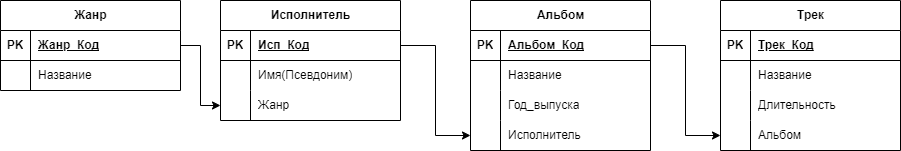
This is Musical_Site.png from OpyssMagnuum/DB_Musical_Site, a draw.io export, as it was before one commit. Source tidied: cells renumbered, new cells last; positions are measured from the earlier drawing's top-left corner, leaving out a move shared by most shapes.
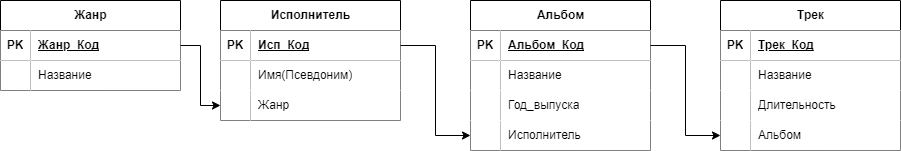
Above is the later version.

What changed in the source:
```diff
@@ -2,25 +2,25 @@
   <root>
     <mxCell id="0" />
     <mxCell id="1" parent="0" />
-    <mxCell id="2" value="Жанр" style="shape=table;startSize=30;rowLines=0;fontStyle=1;align=center;html=1;" parent="1" vertex="1">
+    <mxCell id="2" value="Жанр" style="shape=table;startSize=30;rowLines=0;fontStyle=1;align=center;html=1;labelBackgroundColor=default;" parent="1" vertex="1">
       <mxGeometry width="180" height="90" as="geometry" />
     </mxCell>
     <mxCell id="3" style="shape=tableRow;horizontal=0;startSize=0;swimlaneHead=0;swimlaneBody=0;fillColor=none;points=[[0,0.5],[1,0.5]];portConstraint=eastwest;top=0;left=0;right=0;bottom=1;" parent="2" vertex="1">
       <mxGeometry y="30" width="180" height="30" as="geometry" />
     </mxCell>
-    <mxCell id="4" value="PK" style="shape=partialRectangle;fillColor=none;top=0;left=0;bottom=0;right=0;fontStyle=1;overflow=hidden;whiteSpace=wrap;html=1;" parent="3" vertex="1">
+    <mxCell id="4" value="PK" style="shape=partialRectangle;fillColor=default;top=0;left=0;bottom=0;right=0;fontStyle=1;overflow=hidden;whiteSpace=wrap;html=1;" parent="3" vertex="1">
       <mxGeometry width="30" height="30" as="geometry" />
     </mxCell>
-    <mxCell id="5" value="Жанр_Код" style="shape=partialRectangle;fillColor=none;top=0;left=0;bottom=0;right=0;align=left;spacingLeft=6;fontStyle=5;overflow=hidden;whiteSpace=wrap;html=1;" parent="3" vertex="1">
+    <mxCell id="5" value="Жанр_Код" style="shape=partialRectangle;fillColor=default;top=0;left=0;bottom=0;right=0;align=left;spacingLeft=6;fontStyle=5;overflow=hidden;whiteSpace=wrap;html=1;" parent="3" vertex="1">
       <mxGeometry x="30" width="150" height="30" as="geometry" />
     </mxCell>
     <mxCell id="6" style="shape=tableRow;horizontal=0;startSize=0;swimlaneHead=0;swimlaneBody=0;fillColor=none;top=0;left=0;right=0;bottom=0;" parent="2" vertex="1">
       <mxGeometry y="60" width="180" height="30" as="geometry" />
     </mxCell>
-    <mxCell id="7" style="shape=partialRectangle;fillColor=none;top=0;left=0;bottom=0;right=0;overflow=hidden;whiteSpace=wrap;html=1;" parent="6" vertex="1">
+    <mxCell id="7" style="shape=partialRectangle;fillColor=default;top=0;left=0;bottom=0;right=0;overflow=hidden;whiteSpace=wrap;html=1;" parent="6" vertex="1">
       <mxGeometry width="30" height="30" as="geometry" />
     </mxCell>
-    <mxCell id="8" value="Название" style="shape=partialRectangle;fillColor=none;top=0;left=0;bottom=0;right=0;align=left;spacingLeft=6;overflow=hidden;whiteSpace=wrap;html=1;" parent="6" vertex="1">
+    <mxCell id="8" value="Название" style="shape=partialRectangle;fillColor=default;top=0;left=0;bottom=0;right=0;align=left;spacingLeft=6;overflow=hidden;whiteSpace=wrap;html=1;" parent="6" vertex="1">
       <mxGeometry x="30" width="150" height="30" as="geometry" />
     </mxCell>
     <mxCell id="9" value="Исполнитель" style="shape=table;startSize=30;rowLines=0;fontStyle=1;align=center;html=1;" parent="1" vertex="1">
@@ -29,28 +29,28 @@
     <mxCell id="10" style="shape=tableRow;horizontal=0;startSize=0;swimlaneHead=0;swimlaneBody=0;fillColor=none;points=[[0,0.5],[1,0.5]];portConstraint=eastwest;top=0;left=0;right=0;bottom=1;" parent="9" vertex="1">
       <mxGeometry y="30" width="180" height="30" as="geometry" />
     </mxCell>
-    <mxCell id="11" value="PK" style="shape=partialRectangle;fillColor=none;top=0;left=0;bottom=0;right=0;fontStyle=1;overflow=hidden;whiteSpace=wrap;html=1;" parent="10" vertex="1">
+    <mxCell id="11" value="PK" style="shape=partialRectangle;fillColor=default;top=0;left=0;bottom=0;right=0;fontStyle=1;overflow=hidden;whiteSpace=wrap;html=1;" parent="10" vertex="1">
       <mxGeometry width="30" height="30" as="geometry" />
     </mxCell>
-    <mxCell id="12" value="Исп_Код" style="shape=partialRectangle;fillColor=none;top=0;left=0;bottom=0;right=0;align=left;spacingLeft=6;fontStyle=5;overflow=hidden;whiteSpace=wrap;html=1;" parent="10" vertex="1">
+    <mxCell id="12" value="Исп_Код" style="shape=partialRectangle;fillColor=default;top=0;left=0;bottom=0;right=0;align=left;spacingLeft=6;fontStyle=5;overflow=hidden;whiteSpace=wrap;html=1;" parent="10" vertex="1">
       <mxGeometry x="30" width="150" height="30" as="geometry" />
     </mxCell>
     <mxCell id="13" style="shape=tableRow;horizontal=0;startSize=0;swimlaneHead=0;swimlaneBody=0;fillColor=none;top=0;left=0;right=0;bottom=0;" parent="9" vertex="1">
       <mxGeometry y="60" width="180" height="30" as="geometry" />
     </mxCell>
-    <mxCell id="14" style="shape=partialRectangle;fillColor=none;top=0;left=0;bottom=0;right=0;overflow=hidden;whiteSpace=wrap;html=1;" parent="13" vertex="1">
+    <mxCell id="14" style="shape=partialRectangle;fillColor=default;top=0;left=0;bottom=0;right=0;overflow=hidden;whiteSpace=wrap;html=1;" parent="13" vertex="1">
       <mxGeometry width="30" height="30" as="geometry" />
     </mxCell>
-    <mxCell id="15" value="Имя(Псевдоним)&lt;br&gt;" style="shape=partialRectangle;fillColor=none;top=0;left=0;bottom=0;right=0;align=left;spacingLeft=6;overflow=hidden;whiteSpace=wrap;html=1;" parent="13" vertex="1">
+    <mxCell id="15" value="Имя(Псевдоним)&lt;br&gt;" style="shape=partialRectangle;fillColor=default;top=0;left=0;bottom=0;right=0;align=left;spacingLeft=6;overflow=hidden;whiteSpace=wrap;html=1;" parent="13" vertex="1">
       <mxGeometry x="30" width="150" height="30" as="geometry" />
     </mxCell>
     <mxCell id="16" style="shape=tableRow;horizontal=0;startSize=0;swimlaneHead=0;swimlaneBody=0;fillColor=none;points=[[0,0.5],[1,0.5]];portConstraint=eastwest;top=0;left=0;right=0;bottom=0;" parent="9" vertex="1">
       <mxGeometry y="90" width="180" height="30" as="geometry" />
     </mxCell>
-    <mxCell id="17" style="shape=partialRectangle;fillColor=none;top=0;left=0;bottom=0;right=0;overflow=hidden;whiteSpace=wrap;html=1;" parent="16" vertex="1">
+    <mxCell id="17" style="shape=partialRectangle;fillColor=default;top=0;left=0;bottom=0;right=0;overflow=hidden;whiteSpace=wrap;html=1;" parent="16" vertex="1">
       <mxGeometry width="30" height="30" as="geometry" />
     </mxCell>
-    <mxCell id="18" value="Жанр" style="shape=partialRectangle;fillColor=none;top=0;left=0;bottom=0;right=0;align=left;spacingLeft=6;overflow=hidden;whiteSpace=wrap;html=1;" parent="16" vertex="1">
+    <mxCell id="18" value="Жанр" style="shape=partialRectangle;fillColor=default;top=0;left=0;bottom=0;right=0;align=left;spacingLeft=6;overflow=hidden;whiteSpace=wrap;html=1;" parent="16" vertex="1">
       <mxGeometry x="30" width="150" height="30" as="geometry" />
     </mxCell>
     <mxCell id="19" value="Альбом" style="shape=table;startSize=30;rowLines=0;fontStyle=1;align=center;html=1;" parent="1" vertex="1">
@@ -59,37 +59,37 @@
     <mxCell id="20" style="shape=tableRow;horizontal=0;startSize=0;swimlaneHead=0;swimlaneBody=0;fillColor=none;points=[[0,0.5],[1,0.5]];portConstraint=eastwest;top=0;left=0;right=0;bottom=1;" parent="19" vertex="1">
       <mxGeometry y="30" width="180" height="30" as="geometry" />
     </mxCell>
-    <mxCell id="21" value="PK" style="shape=partialRectangle;fillColor=none;top=0;left=0;bottom=0;right=0;fontStyle=1;overflow=hidden;whiteSpace=wrap;html=1;" parent="20" vertex="1">
+    <mxCell id="21" value="PK" style="shape=partialRectangle;fillColor=default;top=0;left=0;bottom=0;right=0;fontStyle=1;overflow=hidden;whiteSpace=wrap;html=1;" parent="20" vertex="1">
       <mxGeometry width="30" height="30" as="geometry" />
     </mxCell>
-    <mxCell id="22" value="Альбом_Код" style="shape=partialRectangle;fillColor=none;top=0;left=0;bottom=0;right=0;align=left;spacingLeft=6;fontStyle=5;overflow=hidden;whiteSpace=wrap;html=1;" parent="20" vertex="1">
+    <mxCell id="22" value="Альбом_Код" style="shape=partialRectangle;fillColor=default;top=0;left=0;bottom=0;right=0;align=left;spacingLeft=6;fontStyle=5;overflow=hidden;whiteSpace=wrap;html=1;" parent="20" vertex="1">
       <mxGeometry x="30" width="150" height="30" as="geometry" />
     </mxCell>
     <mxCell id="23" style="shape=tableRow;horizontal=0;startSize=0;swimlaneHead=0;swimlaneBody=0;fillColor=none;top=0;left=0;right=0;bottom=0;" parent="19" vertex="1">
       <mxGeometry y="60" width="180" height="30" as="geometry" />
     </mxCell>
-    <mxCell id="24" style="shape=partialRectangle;fillColor=none;top=0;left=0;bottom=0;right=0;overflow=hidden;whiteSpace=wrap;html=1;" parent="23" vertex="1">
+    <mxCell id="24" style="shape=partialRectangle;fillColor=default;top=0;left=0;bottom=0;right=0;overflow=hidden;whiteSpace=wrap;html=1;" parent="23" vertex="1">
       <mxGeometry width="30" height="30" as="geometry" />
     </mxCell>
-    <mxCell id="25" value="Название" style="shape=partialRectangle;fillColor=none;top=0;left=0;bottom=0;right=0;align=left;spacingLeft=6;overflow=hidden;whiteSpace=wrap;html=1;" parent="23" vertex="1">
+    <mxCell id="25" value="Название" style="shape=partialRectangle;fillColor=default;top=0;left=0;bottom=0;right=0;align=left;spacingLeft=6;overflow=hidden;whiteSpace=wrap;html=1;" parent="23" vertex="1">
       <mxGeometry x="30" width="150" height="30" as="geometry" />
     </mxCell>
     <mxCell id="26" style="shape=tableRow;horizontal=0;startSize=0;swimlaneHead=0;swimlaneBody=0;fillColor=none;top=0;left=0;right=0;bottom=0;" parent="19" vertex="1">
       <mxGeometry y="90" width="180" height="30" as="geometry" />
     </mxCell>
-    <mxCell id="27" style="shape=partialRectangle;fillColor=none;top=0;left=0;bottom=0;right=0;overflow=hidden;whiteSpace=wrap;html=1;" parent="26" vertex="1">
+    <mxCell id="27" style="shape=partialRectangle;fillColor=default;top=0;left=0;bottom=0;right=0;overflow=hidden;whiteSpace=wrap;html=1;" parent="26" vertex="1">
       <mxGeometry width="30" height="30" as="geometry" />
     </mxCell>
-    <mxCell id="28" value="Год_выпуска" style="shape=partialRectangle;fillColor=none;top=0;left=0;bottom=0;right=0;align=left;spacingLeft=6;overflow=hidden;whiteSpace=wrap;html=1;" parent="26" vertex="1">
+    <mxCell id="28" value="Год_выпуска" style="shape=partialRectangle;fillColor=default;top=0;left=0;bottom=0;right=0;align=left;spacingLeft=6;overflow=hidden;whiteSpace=wrap;html=1;" parent="26" vertex="1">
       <mxGeometry x="30" width="150" height="30" as="geometry" />
     </mxCell>
     <mxCell id="29" style="shape=tableRow;horizontal=0;startSize=0;swimlaneHead=0;swimlaneBody=0;fillColor=none;points=[[0,0.5],[1,0.5]];portConstraint=eastwest;top=0;left=0;right=0;bottom=0;" parent="19" vertex="1">
       <mxGeometry y="120" width="180" height="30" as="geometry" />
     </mxCell>
-    <mxCell id="30" style="shape=partialRectangle;fillColor=none;top=0;left=0;bottom=0;right=0;overflow=hidden;whiteSpace=wrap;html=1;" parent="29" vertex="1">
+    <mxCell id="30" style="shape=partialRectangle;fillColor=default;top=0;left=0;bottom=0;right=0;overflow=hidden;whiteSpace=wrap;html=1;" parent="29" vertex="1">
       <mxGeometry width="30" height="30" as="geometry" />
     </mxCell>
-    <mxCell id="31" value="Исполнитель" style="shape=partialRectangle;fillColor=none;top=0;left=0;bottom=0;right=0;align=left;spacingLeft=6;overflow=hidden;whiteSpace=wrap;html=1;" parent="29" vertex="1">
+    <mxCell id="31" value="Исполнитель" style="shape=partialRectangle;fillColor=default;top=0;left=0;bottom=0;right=0;align=left;spacingLeft=6;overflow=hidden;whiteSpace=wrap;html=1;" parent="29" vertex="1">
       <mxGeometry x="30" width="150" height="30" as="geometry" />
     </mxCell>
     <mxCell id="32" value="Трек" style="shape=table;startSize=30;rowLines=0;fontStyle=1;align=center;html=1;" parent="1" vertex="1">
@@ -98,37 +98,37 @@
     <mxCell id="33" style="shape=tableRow;horizontal=0;startSize=0;swimlaneHead=0;swimlaneBody=0;fillColor=none;top=0;left=0;right=0;bottom=1;" parent="32" vertex="1">
       <mxGeometry y="30" width="180" height="30" as="geometry" />
     </mxCell>
-    <mxCell id="34" value="PK" style="shape=partialRectangle;fillColor=none;top=0;left=0;bottom=0;right=0;fontStyle=1;overflow=hidden;whiteSpace=wrap;html=1;" parent="33" vertex="1">
+    <mxCell id="34" value="PK" style="shape=partialRectangle;fillColor=default;top=0;left=0;bottom=0;right=0;fontStyle=1;overflow=hidden;whiteSpace=wrap;html=1;" parent="33" vertex="1">
       <mxGeometry width="30" height="30" as="geometry" />
     </mxCell>
-    <mxCell id="35" value="Трек_Код" style="shape=partialRectangle;fillColor=none;top=0;left=0;bottom=0;right=0;align=left;spacingLeft=6;fontStyle=5;overflow=hidden;whiteSpace=wrap;html=1;" parent="33" vertex="1">
+    <mxCell id="35" value="Трек_Код" style="shape=partialRectangle;fillColor=default;top=0;left=0;bottom=0;right=0;align=left;spacingLeft=6;fontStyle=5;overflow=hidden;whiteSpace=wrap;html=1;" parent="33" vertex="1">
       <mxGeometry x="30" width="150" height="30" as="geometry" />
     </mxCell>
     <mxCell id="36" style="shape=tableRow;horizontal=0;startSize=0;swimlaneHead=0;swimlaneBody=0;fillColor=none;top=0;left=0;right=0;bottom=0;" parent="32" vertex="1">
       <mxGeometry y="60" width="180" height="30" as="geometry" />
     </mxCell>
-    <mxCell id="37" style="shape=partialRectangle;fillColor=none;top=0;left=0;bottom=0;right=0;overflow=hidden;whiteSpace=wrap;html=1;" parent="36" vertex="1">
+    <mxCell id="37" style="shape=partialRectangle;fillColor=default;top=0;left=0;bottom=0;right=0;overflow=hidden;whiteSpace=wrap;html=1;" parent="36" vertex="1">
       <mxGeometry width="30" height="30" as="geometry" />
     </mxCell>
-    <mxCell id="38" value="Название" style="shape=partialRectangle;fillColor=none;top=0;left=0;bottom=0;right=0;align=left;spacingLeft=6;overflow=hidden;whiteSpace=wrap;html=1;" parent="36" vertex="1">
+    <mxCell id="38" value="Название" style="shape=partialRectangle;fillColor=default;top=0;left=0;bottom=0;right=0;align=left;spacingLeft=6;overflow=hidden;whiteSpace=wrap;html=1;" parent="36" vertex="1">
       <mxGeometry x="30" width="150" height="30" as="geometry" />
     </mxCell>
     <mxCell id="39" style="shape=tableRow;horizontal=0;startSize=0;swimlaneHead=0;swimlaneBody=0;fillColor=none;top=0;left=0;right=0;bottom=0;" parent="32" vertex="1">
       <mxGeometry y="90" width="180" height="30" as="geometry" />
     </mxCell>
-    <mxCell id="40" style="shape=partialRectangle;fillColor=none;top=0;left=0;bottom=0;right=0;overflow=hidden;whiteSpace=wrap;html=1;" parent="39" vertex="1">
+    <mxCell id="40" style="shape=partialRectangle;fillColor=default;top=0;left=0;bottom=0;right=0;overflow=hidden;whiteSpace=wrap;html=1;" parent="39" vertex="1">
       <mxGeometry width="30" height="30" as="geometry" />
     </mxCell>
-    <mxCell id="41" value="Длительность" style="shape=partialRectangle;fillColor=none;top=0;left=0;bottom=0;right=0;align=left;spacingLeft=6;overflow=hidden;whiteSpace=wrap;html=1;" parent="39" vertex="1">
+    <mxCell id="41" value="Длительность" style="shape=partialRectangle;fillColor=default;top=0;left=0;bottom=0;right=0;align=left;spacingLeft=6;overflow=hidden;whiteSpace=wrap;html=1;" parent="39" vertex="1">
       <mxGeometry x="30" width="150" height="30" as="geometry" />
     </mxCell>
     <mxCell id="42" style="shape=tableRow;horizontal=0;startSize=0;swimlaneHead=0;swimlaneBody=0;fillColor=none;points=[[0,0.5],[1,0.5]];portConstraint=eastwest;top=0;left=0;right=0;bottom=0;" parent="32" vertex="1">
       <mxGeometry y="120" width="180" height="30" as="geometry" />
     </mxCell>
-    <mxCell id="43" style="shape=partialRectangle;fillColor=none;top=0;left=0;bottom=0;right=0;overflow=hidden;whiteSpace=wrap;html=1;" parent="42" vertex="1">
+    <mxCell id="43" style="shape=partialRectangle;fillColor=default;top=0;left=0;bottom=0;right=0;overflow=hidden;whiteSpace=wrap;html=1;" parent="42" vertex="1">
       <mxGeometry width="30" height="30" as="geometry" />
     </mxCell>
-    <mxCell id="44" value="Альбом" style="shape=partialRectangle;fillColor=none;top=0;left=0;bottom=0;right=0;align=left;spacingLeft=6;overflow=hidden;whiteSpace=wrap;html=1;" parent="42" vertex="1">
+    <mxCell id="44" value="Альбом" style="shape=partialRectangle;fillColor=default;top=0;left=0;bottom=0;right=0;align=left;spacingLeft=6;overflow=hidden;whiteSpace=wrap;html=1;" parent="42" vertex="1">
       <mxGeometry x="30" width="150" height="30" as="geometry" />
     </mxCell>
     <mxCell id="45" style="edgeStyle=orthogonalEdgeStyle;rounded=0;jettySize=auto;html=1;exitX=1;exitY=0.5;exitDx=0;exitDy=0;entryX=0;entryY=0.5;entryDx=0;entryDy=0;" parent="1" edge="1" source="3" target="16">
```
